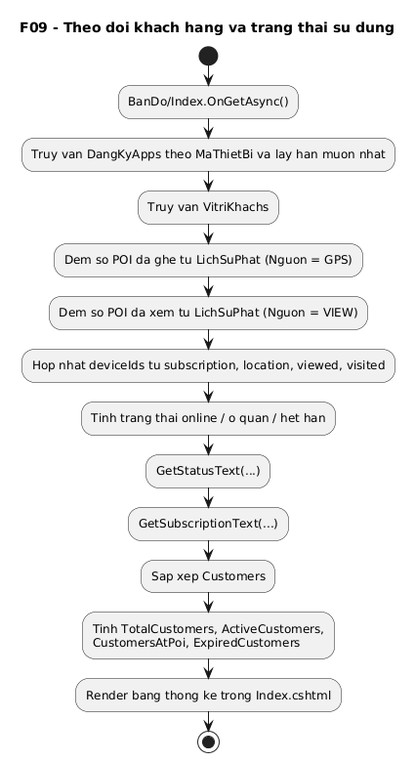
VoBao182/PhoAmThuc keeps this PlantUML diagram as docs/diagrams/png/09-live-map-activity.png. Above is the earlier version. The source it was exported from:
```plantuml
@startuml
title F09 - Theo doi khach hang va trang thai su dung
start
:BanDo/Index.OnGetAsync();
:Truy van DangKyApps theo MaThietBi va lay han muon nhat;
:Truy van VitriKhachs;
:Dem so POI da ghe tu LichSuPhat (Nguon = GPS);
:Dem so POI da xem tu LichSuPhat (Nguon = VIEW);
:Hop nhat deviceIds tu subscription, location, viewed, visited;
:Tinh trang thai online / o quan / het han;
:GetStatusText(...);
:GetSubscriptionText(...);
:Sap xep Customers;
:Tinh TotalCustomers, ActiveCustomers,\nCustomersAtPoi, ExpiredCustomers;
:Render bang thong ke trong Index.cshtml;

stop
@enduml
```
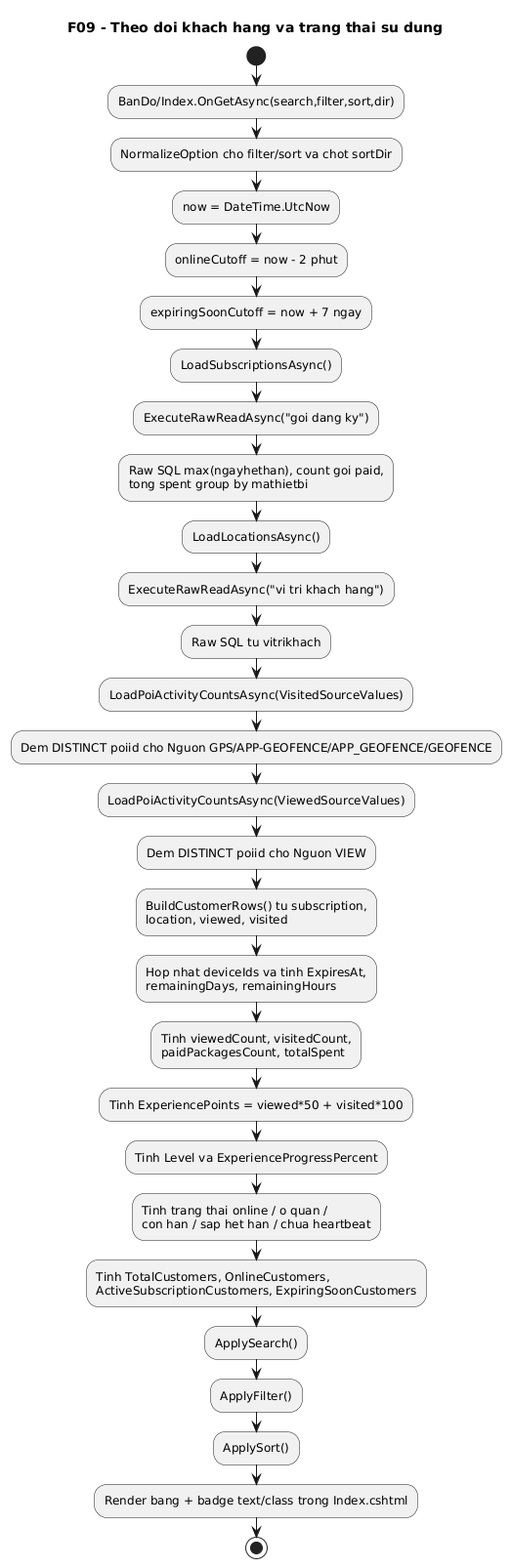
Later version of the same file.

The edit, as a diff of the source:
```diff
@@ -1,18 +1,32 @@
 @startuml
 title F09 - Theo doi khach hang va trang thai su dung
 start
-:BanDo/Index.OnGetAsync();
-:Truy van DangKyApps theo MaThietBi va lay han muon nhat;
-:Truy van VitriKhachs;
-:Dem so POI da ghe tu LichSuPhat (Nguon = GPS);
-:Dem so POI da xem tu LichSuPhat (Nguon = VIEW);
-:Hop nhat deviceIds tu subscription, location, viewed, visited;
-:Tinh trang thai online / o quan / het han;
-:GetStatusText(...);
-:GetSubscriptionText(...);
-:Sap xep Customers;
-:Tinh TotalCustomers, ActiveCustomers,\nCustomersAtPoi, ExpiredCustomers;
-:Render bang thong ke trong Index.cshtml;
+:BanDo/Index.OnGetAsync(search,filter,sort,dir);
+:NormalizeOption cho filter/sort va chot sortDir;
+:now = DateTime.UtcNow;
+:onlineCutoff = now - 2 phut;
+:expiringSoonCutoff = now + 7 ngay;
+:LoadSubscriptionsAsync();
+:ExecuteRawReadAsync("goi dang ky");
+:Raw SQL max(ngayhethan), count goi paid,\ntong spent group by mathietbi;
+:LoadLocationsAsync();
+:ExecuteRawReadAsync("vi tri khach hang");
+:Raw SQL tu vitrikhach;
+:LoadPoiActivityCountsAsync(VisitedSourceValues);
+:Dem DISTINCT poiid cho Nguon GPS/APP-GEOFENCE/APP_GEOFENCE/GEOFENCE;
+:LoadPoiActivityCountsAsync(ViewedSourceValues);
+:Dem DISTINCT poiid cho Nguon VIEW;
+:BuildCustomerRows() tu subscription,\nlocation, viewed, visited;
+:Hop nhat deviceIds va tinh ExpiresAt,\nremainingDays, remainingHours;
+:Tinh viewedCount, visitedCount,\npaidPackagesCount, totalSpent;
+:Tinh ExperiencePoints = viewed*50 + visited*100;
+:Tinh Level va ExperienceProgressPercent;
+:Tinh trang thai online / o quan /\ncon han / sap het han / chua heartbeat;
+:Tinh TotalCustomers, OnlineCustomers,\nActiveSubscriptionCustomers, ExpiringSoonCustomers;
+:ApplySearch();
+:ApplyFilter();
+:ApplySort();
+:Render bang + badge text/class trong Index.cshtml;
 
 stop
 @enduml
```
